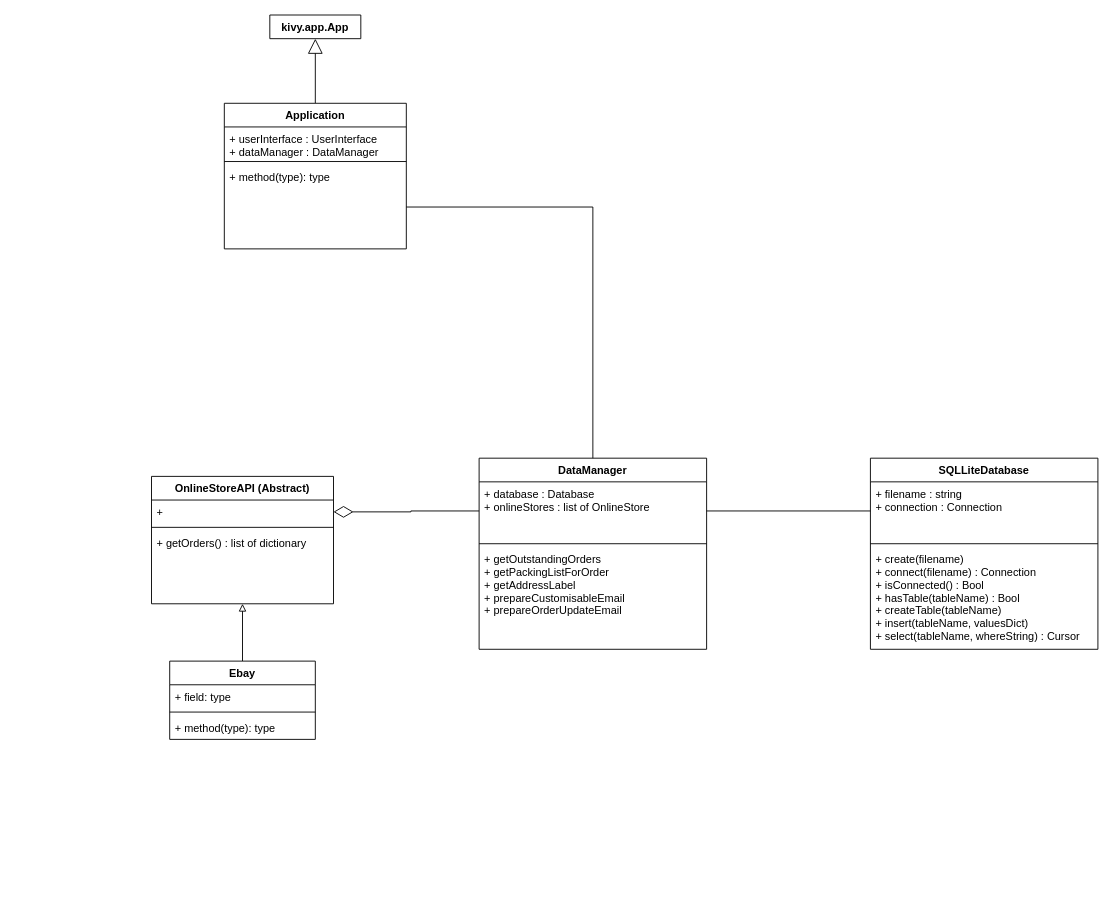
Earlier version of the draw.io diagram diagrams/class-diagram.drawio (ashketchupppp/sysdev2). Source tidied: cells renumbered, new cells numbered last; positions are measured from the earlier drawing's top-left corner, leaving out a move shared by most shapes. Both pictures are drawn from the tidied source at 91%, with x=0, y=0 at pixel (151, 15).
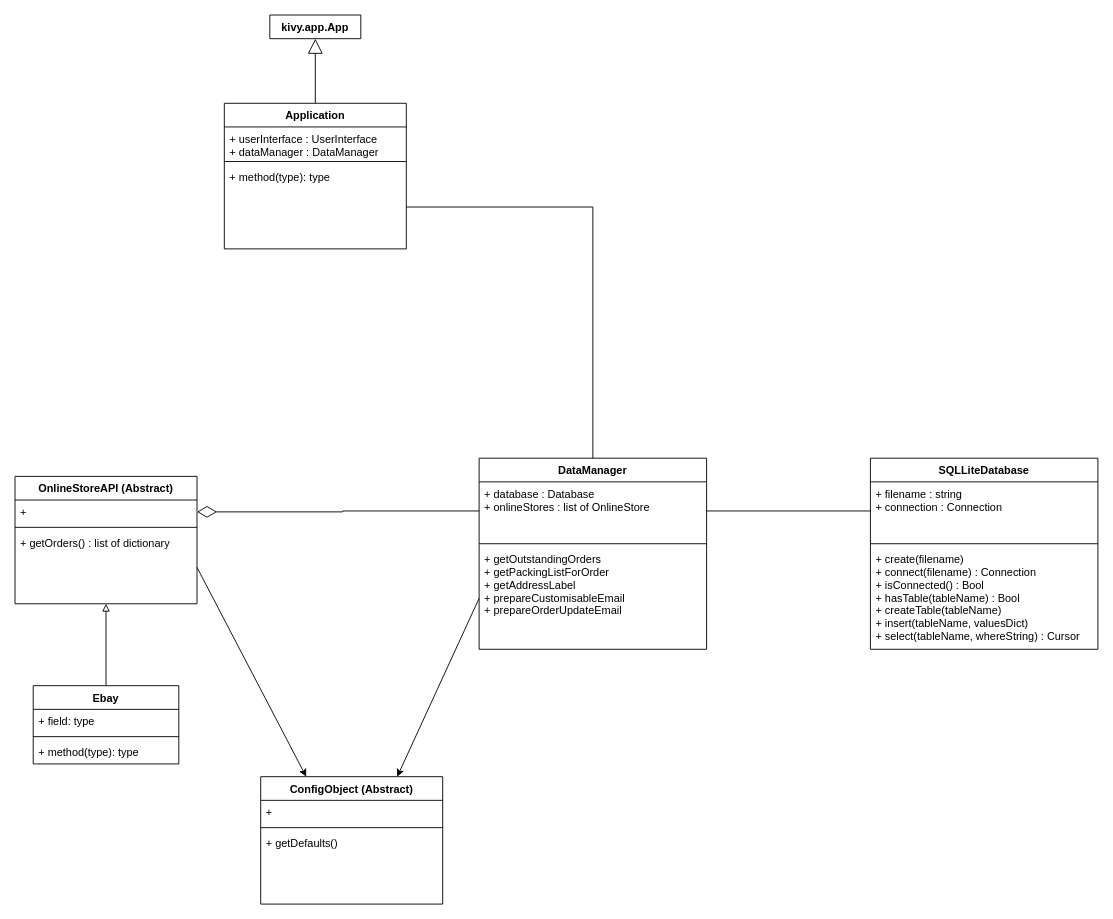
Above is the later version.

The change refers to these unchanged cells:
```xml
<mxCell id="5" value="+ getOrders() : list of dictionary" style="text;strokeColor=none;fillColor=none;align=left;verticalAlign=top;spacingLeft=4;spacingRight=4;overflow=hidden;points=[[0,0.5],[1,0.5]];portConstraint=eastwest;" parent="2" vertex="1">
  <mxGeometry y="60" width="200" height="80" as="geometry" />
</mxCell>
<mxCell id="24" value="+ getOutstandingOrders&#10;+ getPackingListForOrder&#10;+ getAddressLabel&#10;+ prepareCustomisableEmail&#10;+ prepareOrderUpdateEmail" style="text;strokeColor=none;fillColor=none;align=left;verticalAlign=top;spacingLeft=4;spacingRight=4;overflow=hidden;points=[[0,0.5],[1,0.5]];portConstraint=eastwest;" parent="21" vertex="1">
  <mxGeometry y="98" width="250" height="112" as="geometry" />
</mxCell>
```

Change to the diagram source:
```diff
@@
     <mxCell id="2" value="OnlineStoreAPI (Abstract)" style="swimlane;fontStyle=1;align=center;verticalAlign=top;horizontal=1;startSize=26;" parent="1" vertex="1">
-      <mxGeometry y="507" width="200" height="140" as="geometry" />
+      <mxGeometry x="-150" y="507" width="200" height="140" as="geometry" />
     </mxCell>
@@
+    <mxCell id="28" style="rounded=0;jettySize=auto;html=1;exitX=1;exitY=0.5;exitDx=0;exitDy=0;entryX=0.25;entryY=0;entryDx=0;entryDy=0;" parent="1" edge="1" source="5" target="29">
+      <mxGeometry relative="1" as="geometry" />
+    </mxCell>
     <mxCell id="7" value="Ebay" style="swimlane;fontStyle=1;align=center;verticalAlign=top;horizontal=1;startSize=26;" parent="1" vertex="1">
-      <mxGeometry x="20" y="710" width="160" height="86" as="geometry" />
+      <mxGeometry x="-130" y="737" width="160" height="86" as="geometry" />
     </mxCell>
@@
+    <mxCell id="29" value="ConfigObject (Abstract)" style="swimlane;fontStyle=1;align=center;verticalAlign=top;horizontal=1;startSize=26;" parent="1" vertex="1">
+      <mxGeometry x="120" y="837" width="200" height="140" as="geometry" />
+    </mxCell>
+    <mxCell id="30" value="+" style="text;strokeColor=none;fillColor=none;align=left;verticalAlign=top;spacingLeft=4;spacingRight=4;overflow=hidden;" parent="29" vertex="1">
+      <mxGeometry y="26" width="200" height="26" as="geometry" />
+    </mxCell>
+    <mxCell id="31" style="line;strokeWidth=1;fillColor=none;align=left;verticalAlign=middle;spacingTop=-1;spacingLeft=3;spacingRight=3;labelPosition=right;" parent="29" vertex="1">
+      <mxGeometry y="52" width="200" height="8" as="geometry" />
+    </mxCell>
+    <mxCell id="32" value="+ getDefaults()" style="text;strokeColor=none;fillColor=none;align=left;verticalAlign=top;spacingLeft=4;spacingRight=4;overflow=hidden;" parent="29" vertex="1">
+      <mxGeometry y="60" width="200" height="80" as="geometry" />
+    </mxCell>
+    <mxCell id="33" style="edgeStyle=none;rounded=0;jettySize=auto;html=1;exitX=0;exitY=0.5;exitDx=0;exitDy=0;entryX=0.75;entryY=0;entryDx=0;entryDy=0;" parent="1" edge="1" source="24" target="29">
+      <mxGeometry relative="1" as="geometry" />
+    </mxCell>
```
